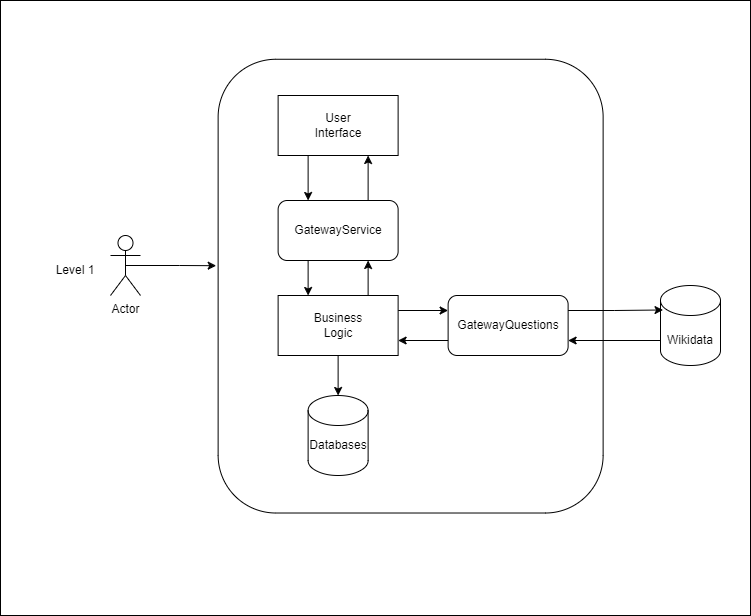
Earlier version of the draw.io export docs/images/level1.png (Arquisoft/wiq_es05c1). Source tidied: cells renumbered, new cells last; positions are measured from the earlier drawing's top-left corner, leaving out a move shared by most shapes. Its diagram source:
```xml
<mxGraphModel>
  <root>
    <mxCell id="0" />
    <mxCell id="1" parent="0" />
    <mxCell id="2" style="rounded=0;whiteSpace=wrap;html=1;" parent="1" vertex="1">
      <mxGeometry width="750" height="615" as="geometry" />
    </mxCell>
    <mxCell id="3" style="rounded=1;whiteSpace=wrap;html=1;rotation=-90;" parent="1" vertex="1">
      <mxGeometry x="183.2" y="93.1" width="453.8" height="385" as="geometry" />
    </mxCell>
    <mxCell id="4" style="shape=cylinder3;whiteSpace=wrap;html=1;boundedLbl=1;backgroundOutline=1;size=15;" parent="1" vertex="1">
      <mxGeometry x="307.6" y="395" width="60" height="80" as="geometry" />
    </mxCell>
    <mxCell id="5" value="Actor" style="shape=umlActor;verticalLabelPosition=bottom;verticalAlign=top;html=1;outlineConnect=0;" parent="1" vertex="1">
      <mxGeometry x="110" y="235" width="30" height="60" as="geometry" />
    </mxCell>
    <mxCell id="6" value="Level 1" style="text;html=1;align=center;verticalAlign=middle;whiteSpace=wrap;rounded=0;" parent="1" vertex="1">
      <mxGeometry x="20" y="255" width="110" height="30" as="geometry" />
    </mxCell>
    <mxCell id="7" style="edgeStyle=orthogonalEdgeStyle;rounded=0;jettySize=auto;html=1;exitX=0.25;exitY=1;exitDx=0;exitDy=0;entryX=0.25;entryY=0;entryDx=0;entryDy=0;" parent="1" edge="1" source="8" target="20">
      <mxGeometry relative="1" as="geometry" />
    </mxCell>
    <mxCell id="8" style="rounded=0;whiteSpace=wrap;html=1;" parent="1" vertex="1">
      <mxGeometry x="277.6" y="95" width="120" height="60" as="geometry" />
    </mxCell>
    <mxCell id="9" value="User Interface" style="text;html=1;align=center;verticalAlign=middle;whiteSpace=wrap;rounded=0;" parent="1" vertex="1">
      <mxGeometry x="302.6" y="110" width="70" height="30" as="geometry" />
    </mxCell>
    <mxCell id="10" style="edgeStyle=orthogonalEdgeStyle;rounded=0;jettySize=auto;html=1;exitX=0.75;exitY=0;exitDx=0;exitDy=0;entryX=0.75;entryY=1;entryDx=0;entryDy=0;" parent="1" edge="1" source="12" target="20">
      <mxGeometry relative="1" as="geometry" />
    </mxCell>
    <mxCell id="11" style="edgeStyle=orthogonalEdgeStyle;rounded=0;jettySize=auto;html=1;exitX=1;exitY=0.25;exitDx=0;exitDy=0;entryX=0;entryY=0.25;entryDx=0;entryDy=0;" parent="1" edge="1" source="12" target="23">
      <mxGeometry relative="1" as="geometry" />
    </mxCell>
    <mxCell id="12" style="rounded=0;whiteSpace=wrap;html=1;" parent="1" vertex="1">
      <mxGeometry x="277.6" y="295" width="120" height="60" as="geometry" />
    </mxCell>
    <mxCell id="13" value="Business Logic" style="text;html=1;align=center;verticalAlign=middle;whiteSpace=wrap;rounded=0;" parent="1" vertex="1">
      <mxGeometry x="307.6" y="310" width="60" height="30" as="geometry" />
    </mxCell>
    <mxCell id="14" value="Databases" style="text;html=1;align=center;verticalAlign=middle;whiteSpace=wrap;rounded=0;" parent="1" vertex="1">
      <mxGeometry x="307.6" y="430" width="60" height="30" as="geometry" />
    </mxCell>
    <mxCell id="15" style="shape=cylinder3;whiteSpace=wrap;html=1;boundedLbl=1;backgroundOutline=1;size=15;" parent="1" vertex="1">
      <mxGeometry x="660" y="285" width="60" height="80" as="geometry" />
    </mxCell>
    <mxCell id="16" style="edgeStyle=orthogonalEdgeStyle;rounded=0;jettySize=auto;html=1;exitX=0;exitY=0.5;exitDx=0;exitDy=0;entryX=1;entryY=0.75;entryDx=0;entryDy=0;" parent="1" edge="1" source="17" target="23">
      <mxGeometry relative="1" as="geometry" />
    </mxCell>
    <mxCell id="17" value="Wikidata" style="text;html=1;align=center;verticalAlign=middle;whiteSpace=wrap;rounded=0;" parent="1" vertex="1">
      <mxGeometry x="660" y="325" width="60" height="30" as="geometry" />
    </mxCell>
    <mxCell id="18" style="edgeStyle=orthogonalEdgeStyle;rounded=0;jettySize=auto;html=1;exitX=0.75;exitY=0;exitDx=0;exitDy=0;entryX=0.75;entryY=1;entryDx=0;entryDy=0;" parent="1" edge="1" source="20" target="8">
      <mxGeometry relative="1" as="geometry" />
    </mxCell>
    <mxCell id="19" style="edgeStyle=orthogonalEdgeStyle;rounded=0;jettySize=auto;html=1;exitX=0.25;exitY=1;exitDx=0;exitDy=0;entryX=0.25;entryY=0;entryDx=0;entryDy=0;" parent="1" edge="1" source="20" target="12">
      <mxGeometry relative="1" as="geometry" />
    </mxCell>
    <mxCell id="20" value="GatewayService" style="rounded=1;whiteSpace=wrap;html=1;" parent="1" vertex="1">
      <mxGeometry x="277.6" y="200" width="120" height="60" as="geometry" />
    </mxCell>
    <mxCell id="21" style="edgeStyle=orthogonalEdgeStyle;rounded=0;jettySize=auto;html=1;exitX=0.5;exitY=1;exitDx=0;exitDy=0;entryX=0.5;entryY=0;entryDx=0;entryDy=0;entryPerimeter=0;" parent="1" edge="1" source="12" target="4">
      <mxGeometry relative="1" as="geometry" />
    </mxCell>
    <mxCell id="22" style="edgeStyle=orthogonalEdgeStyle;rounded=0;jettySize=auto;html=1;exitX=0;exitY=0.75;exitDx=0;exitDy=0;entryX=1;entryY=0.75;entryDx=0;entryDy=0;" parent="1" edge="1" source="23" target="12">
      <mxGeometry relative="1" as="geometry" />
    </mxCell>
    <mxCell id="23" value="GatewayQuestions" style="rounded=1;whiteSpace=wrap;html=1;" parent="1" vertex="1">
      <mxGeometry x="447.6" y="295" width="120" height="60" as="geometry" />
    </mxCell>
    <mxCell id="24" style="edgeStyle=orthogonalEdgeStyle;rounded=0;jettySize=auto;html=1;exitX=1;exitY=0.25;exitDx=0;exitDy=0;entryX=0.042;entryY=0.306;entryDx=0;entryDy=0;entryPerimeter=0;" parent="1" edge="1" source="23" target="15">
      <mxGeometry relative="1" as="geometry" />
    </mxCell>
    <mxCell id="25" style="edgeStyle=orthogonalEdgeStyle;rounded=0;jettySize=auto;html=1;exitX=0.5;exitY=0.5;exitDx=0;exitDy=0;exitPerimeter=0;entryX=0.545;entryY=-0.005;entryDx=0;entryDy=0;entryPerimeter=0;" parent="1" edge="1" source="5" target="3">
      <mxGeometry relative="1" as="geometry" />
    </mxCell>
  </root>
</mxGraphModel>
```
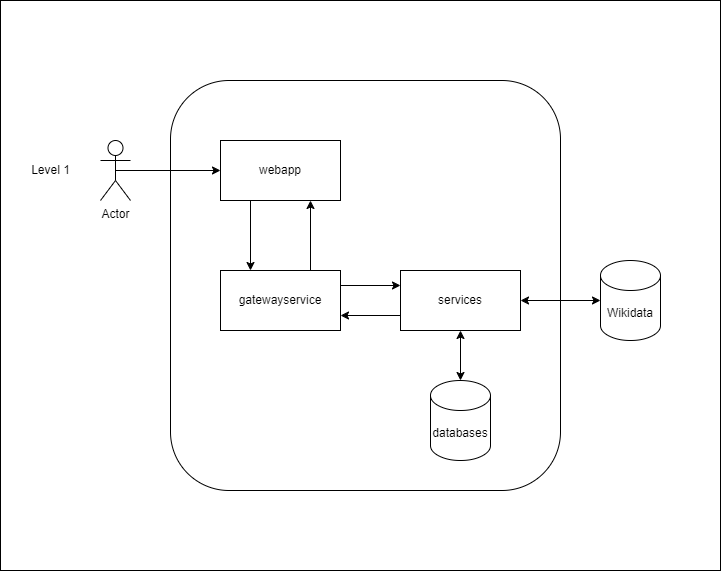
Above is the later version.

The edit, as a diff of the source:
```diff
@@ -2,77 +2,53 @@
   <root>
     <mxCell id="0" />
     <mxCell id="1" parent="0" />
-    <mxCell id="2" style="rounded=0;whiteSpace=wrap;html=1;" parent="1" vertex="1">
-      <mxGeometry width="750" height="615" as="geometry" />
-    </mxCell>
-    <mxCell id="3" style="rounded=1;whiteSpace=wrap;html=1;rotation=-90;" parent="1" vertex="1">
-      <mxGeometry x="183.2" y="93.1" width="453.8" height="385" as="geometry" />
-    </mxCell>
-    <mxCell id="4" style="shape=cylinder3;whiteSpace=wrap;html=1;boundedLbl=1;backgroundOutline=1;size=15;" parent="1" vertex="1">
-      <mxGeometry x="307.6" y="395" width="60" height="80" as="geometry" />
-    </mxCell>
+    <mxCell id="26" style="rounded=0;whiteSpace=wrap;html=1;" parent="1" vertex="1">
+      <mxGeometry x="-860" y="95" width="720" height="570" as="geometry" />
+    </mxCell>
+    <mxCell id="27" style="rounded=1;whiteSpace=wrap;html=1;" parent="1" vertex="1">
+      <mxGeometry x="-690" y="175" width="390" height="410" as="geometry" />
+    </mxCell>
+    <mxCell id="28" style="edgeStyle=orthogonalEdgeStyle;rounded=0;jettySize=auto;html=1;exitX=0.25;exitY=1;exitDx=0;exitDy=0;entryX=0.25;entryY=0;entryDx=0;entryDy=0;" parent="1" edge="1" source="29" target="32">
+      <mxGeometry relative="1" as="geometry" />
+    </mxCell>
+    <mxCell id="29" value="webapp" style="rounded=0;whiteSpace=wrap;html=1;" parent="1" vertex="1">
+      <mxGeometry x="-640" y="235" width="120" height="60" as="geometry" />
+    </mxCell>
+    <mxCell id="30" style="edgeStyle=orthogonalEdgeStyle;rounded=0;jettySize=auto;html=1;exitX=0.75;exitY=0;exitDx=0;exitDy=0;entryX=0.75;entryY=1;entryDx=0;entryDy=0;" parent="1" edge="1" source="32" target="29">
+      <mxGeometry relative="1" as="geometry" />
+    </mxCell>
+    <mxCell id="31" style="edgeStyle=orthogonalEdgeStyle;rounded=0;jettySize=auto;html=1;exitX=1;exitY=0.25;exitDx=0;exitDy=0;entryX=0;entryY=0.25;entryDx=0;entryDy=0;" parent="1" edge="1" source="32" target="34">
+      <mxGeometry relative="1" as="geometry" />
+    </mxCell>
+    <mxCell id="32" value="gatewayservice" style="rounded=0;whiteSpace=wrap;html=1;" parent="1" vertex="1">
+      <mxGeometry x="-640" y="365" width="120" height="60" as="geometry" />
+    </mxCell>
+    <mxCell id="33" style="edgeStyle=orthogonalEdgeStyle;rounded=0;jettySize=auto;html=1;exitX=0;exitY=0.75;exitDx=0;exitDy=0;entryX=1;entryY=0.75;entryDx=0;entryDy=0;" parent="1" edge="1" source="34" target="32">
+      <mxGeometry relative="1" as="geometry" />
+    </mxCell>
+    <mxCell id="34" value="services" style="rounded=0;whiteSpace=wrap;html=1;" parent="1" vertex="1">
+      <mxGeometry x="-460" y="365" width="120" height="60" as="geometry" />
+    </mxCell>
+    <mxCell id="35" value="databases" style="shape=cylinder3;whiteSpace=wrap;html=1;boundedLbl=1;backgroundOutline=1;size=15;" parent="1" vertex="1">
+      <mxGeometry x="-430" y="475" width="60" height="80" as="geometry" />
+    </mxCell>
+    <mxCell id="17" value="Wikidata" style="shape=cylinder3;whiteSpace=wrap;html=1;boundedLbl=1;backgroundOutline=1;size=15;" parent="1" vertex="1">
+      <mxGeometry x="-260" y="355" width="60" height="80" as="geometry" />
+    </mxCell>
+    <mxCell id="36" style="edgeStyle=orthogonalEdgeStyle;rounded=0;jettySize=auto;html=1;exitX=0.5;exitY=1;exitDx=0;exitDy=0;entryX=0.5;entryY=0;entryDx=0;entryDy=0;entryPerimeter=0;startArrow=classic;startFill=1;" parent="1" edge="1" source="34" target="35">
+      <mxGeometry relative="1" as="geometry" />
+    </mxCell>
+    <mxCell id="37" style="edgeStyle=orthogonalEdgeStyle;rounded=0;jettySize=auto;html=1;exitX=1;exitY=0.5;exitDx=0;exitDy=0;entryX=0;entryY=0.5;entryDx=0;entryDy=0;entryPerimeter=0;startArrow=classic;startFill=1;" parent="1" edge="1" source="34" target="17">
+      <mxGeometry relative="1" as="geometry" />
+    </mxCell>
+    <mxCell id="38" style="edgeStyle=orthogonalEdgeStyle;rounded=0;jettySize=auto;html=1;exitX=0.5;exitY=0.5;exitDx=0;exitDy=0;exitPerimeter=0;entryX=0;entryY=0.5;entryDx=0;entryDy=0;" parent="1" edge="1" source="5" target="29">
+      <mxGeometry relative="1" as="geometry" />
+    </mxCell>
     <mxCell id="5" value="Actor" style="shape=umlActor;verticalLabelPosition=bottom;verticalAlign=top;html=1;outlineConnect=0;" parent="1" vertex="1">
-      <mxGeometry x="110" y="235" width="30" height="60" as="geometry" />
+      <mxGeometry x="-760" y="235" width="30" height="60" as="geometry" />
     </mxCell>
-    <mxCell id="6" value="Level 1" style="text;html=1;align=center;verticalAlign=middle;whiteSpace=wrap;rounded=0;" parent="1" vertex="1">
-      <mxGeometry x="20" y="255" width="110" height="30" as="geometry" />
+    <mxCell id="6" value="Level 1" style="text;html=1;align=center;verticalAlign=middle;strokeColor=none;fillColor=none;" parent="1" vertex="1">
+      <mxGeometry x="-840" y="250" width="60" height="30" as="geometry" />
     </mxCell>
-    <mxCell id="7" style="edgeStyle=orthogonalEdgeStyle;rounded=0;jettySize=auto;html=1;exitX=0.25;exitY=1;exitDx=0;exitDy=0;entryX=0.25;entryY=0;entryDx=0;entryDy=0;" parent="1" edge="1" source="8" target="20">
-      <mxGeometry relative="1" as="geometry" />
-    </mxCell>
-    <mxCell id="8" style="rounded=0;whiteSpace=wrap;html=1;" parent="1" vertex="1">
-      <mxGeometry x="277.6" y="95" width="120" height="60" as="geometry" />
-    </mxCell>
-    <mxCell id="9" value="User Interface" style="text;html=1;align=center;verticalAlign=middle;whiteSpace=wrap;rounded=0;" parent="1" vertex="1">
-      <mxGeometry x="302.6" y="110" width="70" height="30" as="geometry" />
-    </mxCell>
-    <mxCell id="10" style="edgeStyle=orthogonalEdgeStyle;rounded=0;jettySize=auto;html=1;exitX=0.75;exitY=0;exitDx=0;exitDy=0;entryX=0.75;entryY=1;entryDx=0;entryDy=0;" parent="1" edge="1" source="12" target="20">
-      <mxGeometry relative="1" as="geometry" />
-    </mxCell>
-    <mxCell id="11" style="edgeStyle=orthogonalEdgeStyle;rounded=0;jettySize=auto;html=1;exitX=1;exitY=0.25;exitDx=0;exitDy=0;entryX=0;entryY=0.25;entryDx=0;entryDy=0;" parent="1" edge="1" source="12" target="23">
-      <mxGeometry relative="1" as="geometry" />
-    </mxCell>
-    <mxCell id="12" style="rounded=0;whiteSpace=wrap;html=1;" parent="1" vertex="1">
-      <mxGeometry x="277.6" y="295" width="120" height="60" as="geometry" />
-    </mxCell>
-    <mxCell id="13" value="Business Logic" style="text;html=1;align=center;verticalAlign=middle;whiteSpace=wrap;rounded=0;" parent="1" vertex="1">
-      <mxGeometry x="307.6" y="310" width="60" height="30" as="geometry" />
-    </mxCell>
-    <mxCell id="14" value="Databases" style="text;html=1;align=center;verticalAlign=middle;whiteSpace=wrap;rounded=0;" parent="1" vertex="1">
-      <mxGeometry x="307.6" y="430" width="60" height="30" as="geometry" />
-    </mxCell>
-    <mxCell id="15" style="shape=cylinder3;whiteSpace=wrap;html=1;boundedLbl=1;backgroundOutline=1;size=15;" parent="1" vertex="1">
-      <mxGeometry x="660" y="285" width="60" height="80" as="geometry" />
-    </mxCell>
-    <mxCell id="16" style="edgeStyle=orthogonalEdgeStyle;rounded=0;jettySize=auto;html=1;exitX=0;exitY=0.5;exitDx=0;exitDy=0;entryX=1;entryY=0.75;entryDx=0;entryDy=0;" parent="1" edge="1" source="17" target="23">
-      <mxGeometry relative="1" as="geometry" />
-    </mxCell>
-    <mxCell id="17" value="Wikidata" style="text;html=1;align=center;verticalAlign=middle;whiteSpace=wrap;rounded=0;" parent="1" vertex="1">
-      <mxGeometry x="660" y="325" width="60" height="30" as="geometry" />
-    </mxCell>
-    <mxCell id="18" style="edgeStyle=orthogonalEdgeStyle;rounded=0;jettySize=auto;html=1;exitX=0.75;exitY=0;exitDx=0;exitDy=0;entryX=0.75;entryY=1;entryDx=0;entryDy=0;" parent="1" edge="1" source="20" target="8">
-      <mxGeometry relative="1" as="geometry" />
-    </mxCell>
-    <mxCell id="19" style="edgeStyle=orthogonalEdgeStyle;rounded=0;jettySize=auto;html=1;exitX=0.25;exitY=1;exitDx=0;exitDy=0;entryX=0.25;entryY=0;entryDx=0;entryDy=0;" parent="1" edge="1" source="20" target="12">
-      <mxGeometry relative="1" as="geometry" />
-    </mxCell>
-    <mxCell id="20" value="GatewayService" style="rounded=1;whiteSpace=wrap;html=1;" parent="1" vertex="1">
-      <mxGeometry x="277.6" y="200" width="120" height="60" as="geometry" />
-    </mxCell>
-    <mxCell id="21" style="edgeStyle=orthogonalEdgeStyle;rounded=0;jettySize=auto;html=1;exitX=0.5;exitY=1;exitDx=0;exitDy=0;entryX=0.5;entryY=0;entryDx=0;entryDy=0;entryPerimeter=0;" parent="1" edge="1" source="12" target="4">
-      <mxGeometry relative="1" as="geometry" />
-    </mxCell>
-    <mxCell id="22" style="edgeStyle=orthogonalEdgeStyle;rounded=0;jettySize=auto;html=1;exitX=0;exitY=0.75;exitDx=0;exitDy=0;entryX=1;entryY=0.75;entryDx=0;entryDy=0;" parent="1" edge="1" source="23" target="12">
-      <mxGeometry relative="1" as="geometry" />
-    </mxCell>
-    <mxCell id="23" value="GatewayQuestions" style="rounded=1;whiteSpace=wrap;html=1;" parent="1" vertex="1">
-      <mxGeometry x="447.6" y="295" width="120" height="60" as="geometry" />
-    </mxCell>
-    <mxCell id="24" style="edgeStyle=orthogonalEdgeStyle;rounded=0;jettySize=auto;html=1;exitX=1;exitY=0.25;exitDx=0;exitDy=0;entryX=0.042;entryY=0.306;entryDx=0;entryDy=0;entryPerimeter=0;" parent="1" edge="1" source="23" target="15">
-      <mxGeometry relative="1" as="geometry" />
-    </mxCell>
-    <mxCell id="25" style="edgeStyle=orthogonalEdgeStyle;rounded=0;jettySize=auto;html=1;exitX=0.5;exitY=0.5;exitDx=0;exitDy=0;exitPerimeter=0;entryX=0.545;entryY=-0.005;entryDx=0;entryDy=0;entryPerimeter=0;" parent="1" edge="1" source="5" target="3">
-      <mxGeometry relative="1" as="geometry" />
-    </mxCell>
   </root>
 </mxGraphModel>
```
